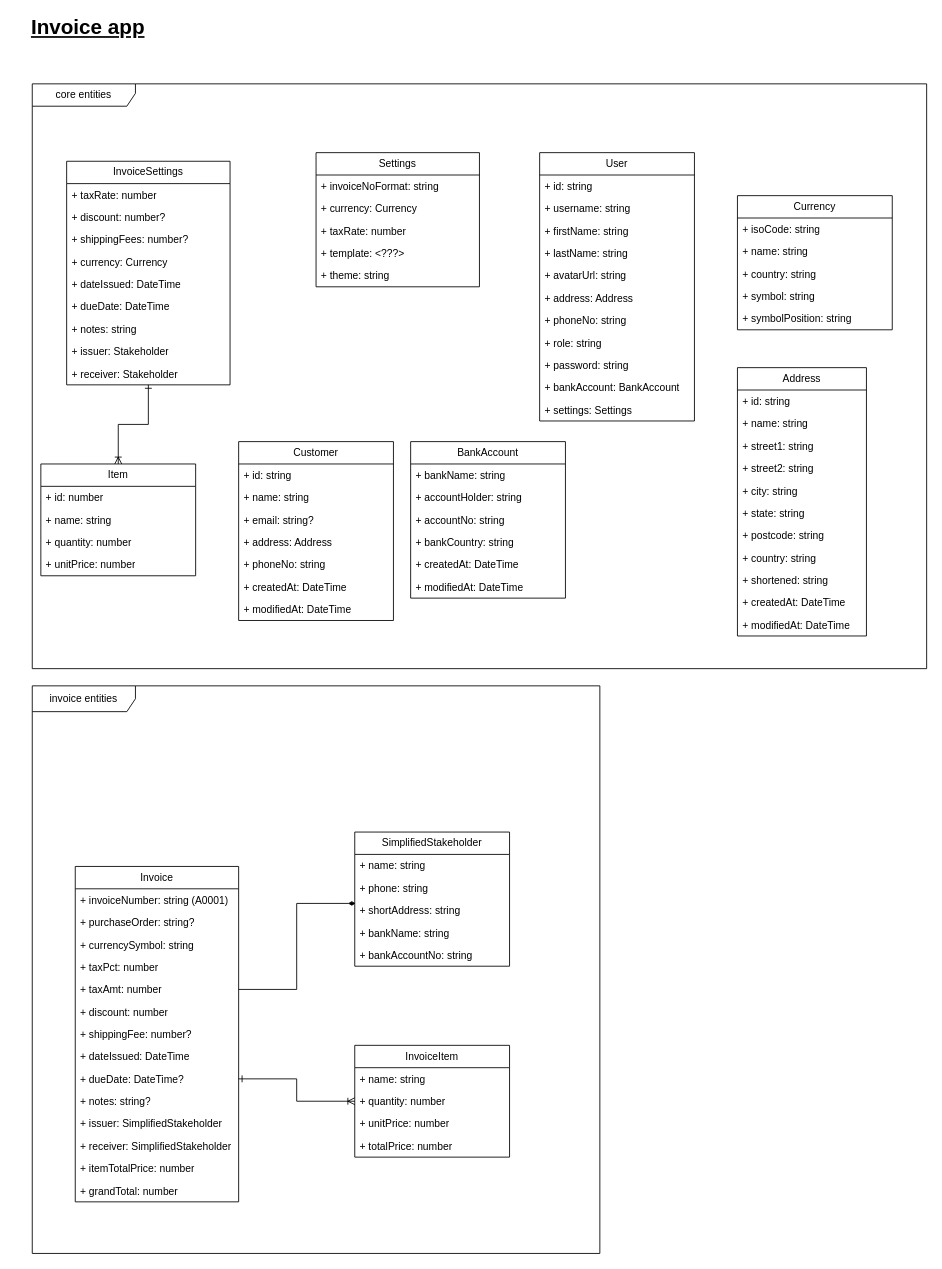
Above: page "Class Diagram" (1 of 2) of docs/invoice.drawio in data-miner00/invoice (draw.io), before the change. Source tidied: cells renumbered, new cells numbered last; positions are measured from the earlier drawing's top-left corner, leaving out a move shared by most shapes. Both pictures are drawn from the tidied source at 86%, with x=0, y=0 at pixel (15, 15).
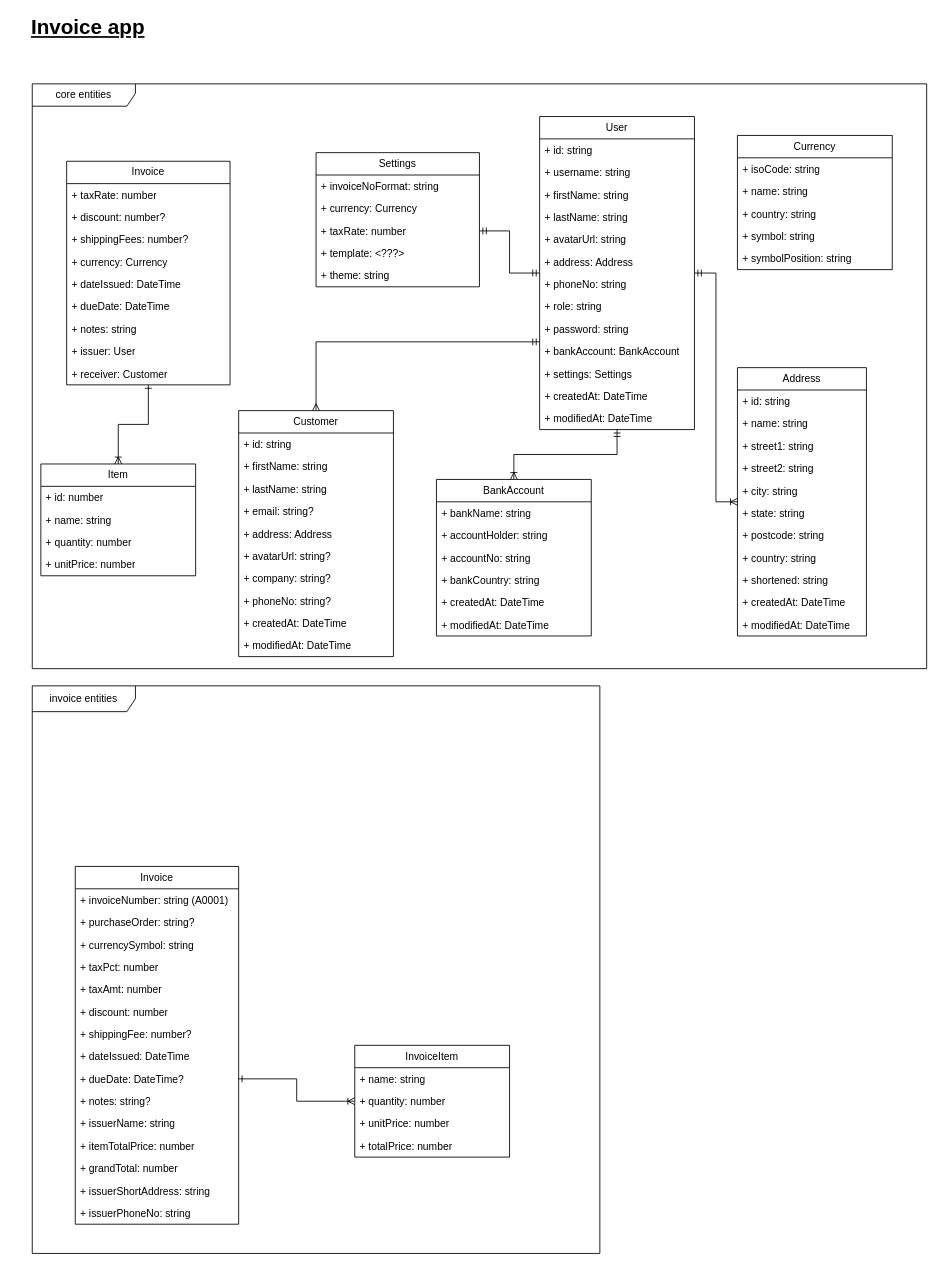
Above is the later version.

The change refers to these unchanged cells:
```xml
<mxCell id="8" value="+ taxAmt: number" style="text;strokeColor=none;fillColor=none;align=left;verticalAlign=top;spacingLeft=4;spacingRight=4;overflow=hidden;points=[[0,0.5],[1,0.5]];portConstraint=eastwest;whiteSpace=wrap;html=1;" parent="3" vertex="1">
  <mxGeometry y="130" width="190" height="26" as="geometry" />
</mxCell>
<mxCell id="57" value="Address" style="swimlane;fontStyle=0;horizontal=1;startSize=26;fillColor=none;whiteSpace=wrap;html=1;" parent="1" vertex="1">
  <mxGeometry x="840" y="410" width="150" height="312" as="geometry" />
</mxCell>
<mxCell id="79" value="+ taxRate: number" style="text;strokeColor=none;fillColor=none;align=left;verticalAlign=top;spacingLeft=4;spacingRight=4;overflow=hidden;points=[[0,0.5],[1,0.5]];portConstraint=eastwest;whiteSpace=wrap;html=1;" parent="76" vertex="1">
  <mxGeometry y="78" width="190" height="26" as="geometry" />
</mxCell>
```

Change to the diagram source:
```diff
@@
     <mxCell id="3" value="Invoice" style="swimlane;fontStyle=0;horizontal=1;startSize=26;fillColor=none;whiteSpace=wrap;html=1;" parent="1" vertex="1">
-      <mxGeometry x="70" y="990" width="190" height="390" as="geometry" />
+      <mxGeometry x="70" y="990" width="190" height="416" as="geometry" />
     </mxCell>
@@
-    <mxCell id="14" value="+ issuer: SimplifiedStakeholder" style="text;strokeColor=none;fillColor=none;align=left;verticalAlign=top;spacingLeft=4;spacingRight=4;overflow=hidden;whiteSpace=wrap;html=1;" parent="3" vertex="1">
-      <mxGeometry y="286" width="190" height="26" as="geometry" />
-    </mxCell>
-    <mxCell id="15" value="+ receiver: SimplifiedStakeholder" style="text;strokeColor=none;fillColor=none;align=left;verticalAlign=top;spacingLeft=4;spacingRight=4;overflow=hidden;whiteSpace=wrap;html=1;" parent="3" vertex="1">
-      <mxGeometry y="312" width="190" height="26" as="geometry" />
+    <mxCell id="15" value="+ issuerName: string" style="text;strokeColor=none;fillColor=none;align=left;verticalAlign=top;spacingLeft=4;spacingRight=4;overflow=hidden;whiteSpace=wrap;html=1;" parent="3" vertex="1">
+      <mxGeometry y="286" width="190" height="26" as="geometry" />
     </mxCell>
     <mxCell id="16" value="+ itemTotalPrice: number" style="text;strokeColor=none;fillColor=none;align=left;verticalAlign=top;spacingLeft=4;spacingRight=4;overflow=hidden;whiteSpace=wrap;html=1;" parent="3" vertex="1">
-      <mxGeometry y="338" width="190" height="26" as="geometry" />
+      <mxGeometry y="312" width="190" height="26" as="geometry" />
     </mxCell>
     <mxCell id="17" value="+ grandTotal: number" style="text;strokeColor=none;fillColor=none;align=left;verticalAlign=top;spacingLeft=4;spacingRight=4;overflow=hidden;whiteSpace=wrap;html=1;" parent="3" vertex="1">
-      <mxGeometry y="364" width="190" height="26" as="geometry" />
+      <mxGeometry y="338" width="190" height="26" as="geometry" />
     </mxCell>
+    <mxCell id="100" value="+ issuerShortAddress: string" style="text;strokeColor=none;fillColor=none;align=left;verticalAlign=top;spacingLeft=4;spacingRight=4;overflow=hidden;whiteSpace=wrap;html=1;" parent="3" vertex="1">
+      <mxGeometry y="364" width="190" height="26" as="geometry" />
+    </mxCell>
+    <mxCell id="101" value="+ issuerPhoneNo: string" style="text;strokeColor=none;fillColor=none;align=left;verticalAlign=top;spacingLeft=4;spacingRight=4;overflow=hidden;whiteSpace=wrap;html=1;" parent="3" vertex="1">
+      <mxGeometry y="390" width="190" height="26" as="geometry" />
+    </mxCell>
@@
-    <mxCell id="19" value="InvoiceSettings" style="swimlane;fontStyle=0;horizontal=1;startSize=26;fillColor=none;whiteSpace=wrap;html=1;" parent="1" vertex="1">
+    <mxCell id="19" value="Invoice" style="swimlane;fontStyle=0;horizontal=1;startSize=26;fillColor=none;whiteSpace=wrap;html=1;" parent="1" vertex="1">
       <mxGeometry x="60" y="170" width="190" height="260" as="geometry" />
     </mxCell>
@@
-    <mxCell id="27" value="+ issuer: Stakeholder" style="text;strokeColor=none;fillColor=none;align=left;verticalAlign=top;spacingLeft=4;spacingRight=4;overflow=hidden;whiteSpace=wrap;html=1;" parent="19" vertex="1">
+    <mxCell id="27" value="+ issuer: User" style="text;strokeColor=none;fillColor=none;align=left;verticalAlign=top;spacingLeft=4;spacingRight=4;overflow=hidden;whiteSpace=wrap;html=1;" parent="19" vertex="1">
       <mxGeometry y="208" width="190" height="26" as="geometry" />
     </mxCell>
-    <mxCell id="28" value="+ receiver: Stakeholder" style="text;strokeColor=none;fillColor=none;align=left;verticalAlign=top;spacingLeft=4;spacingRight=4;overflow=hidden;whiteSpace=wrap;html=1;" parent="19" vertex="1">
+    <mxCell id="28" value="+ receiver: Customer" style="text;strokeColor=none;fillColor=none;align=left;verticalAlign=top;spacingLeft=4;spacingRight=4;overflow=hidden;whiteSpace=wrap;html=1;" parent="19" vertex="1">
       <mxGeometry y="234" width="190" height="26" as="geometry" />
     </mxCell>
     <mxCell id="29" value="Customer" style="swimlane;fontStyle=0;horizontal=1;startSize=26;fillColor=none;whiteSpace=wrap;html=1;" parent="1" vertex="1">
-      <mxGeometry x="260" y="496" width="180" height="208" as="geometry" />
+      <mxGeometry x="260" y="460" width="180" height="286" as="geometry" />
     </mxCell>
@@
-    <mxCell id="31" value="+ name: string" style="text;strokeColor=none;fillColor=none;align=left;verticalAlign=top;spacingLeft=4;spacingRight=4;overflow=hidden;whiteSpace=wrap;html=1;" parent="29" vertex="1">
+    <mxCell id="31" value="+ firstName: string" style="text;strokeColor=none;fillColor=none;align=left;verticalAlign=top;spacingLeft=4;spacingRight=4;overflow=hidden;whiteSpace=wrap;html=1;" parent="29" vertex="1">
       <mxGeometry y="52" width="180" height="26" as="geometry" />
     </mxCell>
+    <mxCell id="102" value="+ lastName: string" style="text;strokeColor=none;fillColor=none;align=left;verticalAlign=top;spacingLeft=4;spacingRight=4;overflow=hidden;whiteSpace=wrap;html=1;" parent="29" vertex="1">
+      <mxGeometry y="78" width="180" height="26" as="geometry" />
+    </mxCell>
     <mxCell id="32" value="+ email: string?" style="text;strokeColor=none;fillColor=none;align=left;verticalAlign=top;spacingLeft=4;spacingRight=4;overflow=hidden;whiteSpace=wrap;html=1;" parent="29" vertex="1">
-      <mxGeometry y="78" width="180" height="26" as="geometry" />
+      <mxGeometry y="104" width="180" height="26" as="geometry" />
     </mxCell>
     <mxCell id="33" value="+ address: Address" style="text;strokeColor=none;fillColor=none;align=left;verticalAlign=top;spacingLeft=4;spacingRight=4;overflow=hidden;whiteSpace=wrap;html=1;" parent="29" vertex="1">
-      <mxGeometry y="104" width="180" height="26" as="geometry" />
+      <mxGeometry y="130" width="180" height="26" as="geometry" />
     </mxCell>
+    <mxCell id="103" value="+ avatarUrl: string?" style="text;strokeColor=none;fillColor=none;align=left;verticalAlign=top;spacingLeft=4;spacingRight=4;overflow=hidden;whiteSpace=wrap;html=1;" parent="29" vertex="1">
+      <mxGeometry y="156" width="180" height="26" as="geometry" />
+    </mxCell>
+    <mxCell id="104" value="+ company: string?" style="text;strokeColor=none;fillColor=none;align=left;verticalAlign=top;spacingLeft=4;spacingRight=4;overflow=hidden;whiteSpace=wrap;html=1;" parent="29" vertex="1">
+      <mxGeometry y="182" width="180" height="26" as="geometry" />
+    </mxCell>
-    <mxCell id="34" value="+ phoneNo: string" style="text;strokeColor=none;fillColor=none;align=left;verticalAlign=top;spacingLeft=4;spacingRight=4;overflow=hidden;whiteSpace=wrap;html=1;" parent="29" vertex="1">
-      <mxGeometry y="130" width="180" height="26" as="geometry" />
+    <mxCell id="34" value="+ phoneNo: string?" style="text;strokeColor=none;fillColor=none;align=left;verticalAlign=top;spacingLeft=4;spacingRight=4;overflow=hidden;whiteSpace=wrap;html=1;" parent="29" vertex="1">
+      <mxGeometry y="208" width="180" height="26" as="geometry" />
     </mxCell>
     <mxCell id="35" value="+ createdAt: DateTime" style="text;strokeColor=none;fillColor=none;align=left;verticalAlign=top;spacingLeft=4;spacingRight=4;overflow=hidden;whiteSpace=wrap;html=1;" parent="29" vertex="1">
-      <mxGeometry y="156" width="180" height="26" as="geometry" />
+      <mxGeometry y="234" width="180" height="26" as="geometry" />
     </mxCell>
     <mxCell id="36" value="+ modifiedAt: DateTime" style="text;strokeColor=none;fillColor=none;align=left;verticalAlign=top;spacingLeft=4;spacingRight=4;overflow=hidden;whiteSpace=wrap;html=1;" parent="29" vertex="1">
-      <mxGeometry y="182" width="180" height="26" as="geometry" />
+      <mxGeometry y="260" width="180" height="26" as="geometry" />
     </mxCell>
-    <mxCell id="37" value="SimplifiedStakeholder" style="swimlane;fontStyle=0;horizontal=1;startSize=26;fillColor=none;whiteSpace=wrap;html=1;" parent="1" vertex="1">
-      <mxGeometry x="395" y="950" width="180" height="156" as="geometry" />
-    </mxCell>
-    <mxCell id="38" value="+ name: string" style="text;strokeColor=none;fillColor=none;align=left;verticalAlign=top;spacingLeft=4;spacingRight=4;overflow=hidden;whiteSpace=wrap;html=1;" parent="37" vertex="1">
-      <mxGeometry y="26" width="180" height="26" as="geometry" />
-    </mxCell>
-    <mxCell id="39" value="+ phone: string" style="text;strokeColor=none;fillColor=none;align=left;verticalAlign=top;spacingLeft=4;spacingRight=4;overflow=hidden;whiteSpace=wrap;html=1;" parent="37" vertex="1">
-      <mxGeometry y="52" width="180" height="26" as="geometry" />
-    </mxCell>
-    <mxCell id="40" value="+ shortAddress: string" style="text;strokeColor=none;fillColor=none;align=left;verticalAlign=top;spacingLeft=4;spacingRight=4;overflow=hidden;points=[[0,0.5],[1,0.5]];portConstraint=eastwest;whiteSpace=wrap;html=1;" parent="37" vertex="1">
-      <mxGeometry y="78" width="180" height="26" as="geometry" />
-    </mxCell>
-    <mxCell id="41" value="+ bankName: string" style="text;strokeColor=none;fillColor=none;align=left;verticalAlign=top;spacingLeft=4;spacingRight=4;overflow=hidden;whiteSpace=wrap;html=1;" parent="37" vertex="1">
-      <mxGeometry y="104" width="180" height="26" as="geometry" />
-    </mxCell>
-    <mxCell id="42" value="+ bankAccountNo: string" style="text;strokeColor=none;fillColor=none;align=left;verticalAlign=top;spacingLeft=4;spacingRight=4;overflow=hidden;whiteSpace=wrap;html=1;" parent="37" vertex="1">
-      <mxGeometry y="130" width="180" height="26" as="geometry" />
-    </mxCell>
@@
-    <mxCell id="56" style="edgeStyle=orthogonalEdgeStyle;rounded=0;jettySize=auto;html=1;entryX=0.006;entryY=0.192;entryDx=0;entryDy=0;entryPerimeter=0;endArrow=diamondThin;endFill=1;" parent="1" edge="1" source="8" target="40">
-      <mxGeometry relative="1" as="geometry" />
-    </mxCell>
@@
     <mxCell id="69" value="BankAccount" style="swimlane;fontStyle=0;horizontal=1;startSize=26;fillColor=none;whiteSpace=wrap;html=1;" parent="1" vertex="1">
-      <mxGeometry x="460" y="496" width="180" height="182" as="geometry" />
+      <mxGeometry x="490" y="540" width="180" height="182" as="geometry" />
     </mxCell>
@@
     <mxCell id="82" value="Currency" style="swimlane;fontStyle=0;horizontal=1;startSize=26;fillColor=none;whiteSpace=wrap;html=1;" parent="1" vertex="1">
-      <mxGeometry x="840" y="210" width="180" height="156" as="geometry" />
+      <mxGeometry x="840" y="140" width="180" height="156" as="geometry" />
     </mxCell>
@@
+    <mxCell id="105" style="edgeStyle=orthogonalEdgeStyle;rounded=0;jettySize=auto;html=1;entryX=0.5;entryY=0;entryDx=0;entryDy=0;startArrow=ERmandOne;startFill=0;endArrow=ERmany;endFill=0;" parent="1" edge="1" source="88" target="29">
+      <mxGeometry relative="1" as="geometry">
+        <Array as="points">
+          <mxPoint x="350" y="380" />
+        </Array>
+      </mxGeometry>
+    </mxCell>
+    <mxCell id="106" style="edgeStyle=orthogonalEdgeStyle;rounded=0;jettySize=auto;html=1;entryX=0.5;entryY=0;entryDx=0;entryDy=0;startArrow=ERmandOne;startFill=0;endArrow=ERoneToMany;endFill=0;" parent="1" edge="1" source="88" target="69">
+      <mxGeometry relative="1" as="geometry" />
+    </mxCell>
+    <mxCell id="107" style="edgeStyle=orthogonalEdgeStyle;rounded=0;jettySize=auto;html=1;startArrow=ERmandOne;startFill=0;endArrow=ERoneToMany;endFill=0;" parent="1" edge="1" source="88" target="57">
+      <mxGeometry relative="1" as="geometry" />
+    </mxCell>
+    <mxCell id="108" style="edgeStyle=orthogonalEdgeStyle;rounded=0;jettySize=auto;html=1;entryX=1;entryY=0.5;entryDx=0;entryDy=0;endArrow=ERmandOne;endFill=0;startArrow=ERmandOne;startFill=0;" parent="1" edge="1" source="88" target="79">
+      <mxGeometry relative="1" as="geometry" />
+    </mxCell>
     <mxCell id="88" value="User" style="swimlane;fontStyle=0;horizontal=1;startSize=26;fillColor=none;whiteSpace=wrap;html=1;" parent="1" vertex="1">
-      <mxGeometry x="610" y="160" width="180" height="312" as="geometry" />
+      <mxGeometry x="610" y="118" width="180" height="364" as="geometry" />
     </mxCell>
@@
+    <mxCell id="109" value="+ createdAt: DateTime" style="text;strokeColor=none;fillColor=none;align=left;verticalAlign=top;spacingLeft=4;spacingRight=4;overflow=hidden;whiteSpace=wrap;html=1;" parent="88" vertex="1">
+      <mxGeometry y="312" width="180" height="26" as="geometry" />
+    </mxCell>
+    <mxCell id="110" value="+ modifiedAt: DateTime" style="text;strokeColor=none;fillColor=none;align=left;verticalAlign=top;spacingLeft=4;spacingRight=4;overflow=hidden;whiteSpace=wrap;html=1;" parent="88" vertex="1">
+      <mxGeometry y="338" width="180" height="26" as="geometry" />
+    </mxCell>
```
